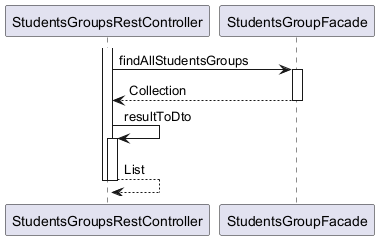
Above: ingress/documentation/html/images/Organization.StudentsGroup.findAll.puml.png.png in OlegSopilnyak/school-demo (PlantUML), before the change.
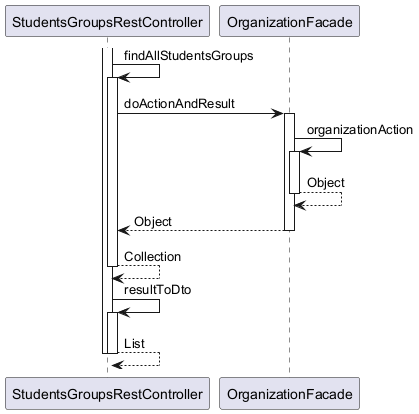
Later version of the same file.

Change to the diagram source:
```diff
@@ -1,13 +1,21 @@
 @startuml
 
 participant StudentsGroupsRestController
-participant StudentsGroupFacade
+participant OrganizationFacade
 
 activate StudentsGroupsRestController
-	StudentsGroupsRestController -> StudentsGroupFacade : findAllStudentsGroups
-	activate StudentsGroupFacade
-		StudentsGroupFacade --> StudentsGroupsRestController : Collection
-	deactivate StudentsGroupFacade
+	StudentsGroupsRestController -> StudentsGroupsRestController : findAllStudentsGroups
+	activate StudentsGroupsRestController
+		StudentsGroupsRestController -> OrganizationFacade : doActionAndResult
+		activate OrganizationFacade
+			OrganizationFacade -> OrganizationFacade : organizationAction
+			activate OrganizationFacade
+				OrganizationFacade --> OrganizationFacade : Object
+			deactivate OrganizationFacade
+			OrganizationFacade --> StudentsGroupsRestController : Object
+		deactivate OrganizationFacade
+		StudentsGroupsRestController --> StudentsGroupsRestController : Collection
+	deactivate StudentsGroupsRestController
 	StudentsGroupsRestController -> StudentsGroupsRestController : resultToDto
 	activate StudentsGroupsRestController
 		StudentsGroupsRestController --> StudentsGroupsRestController : List
```
